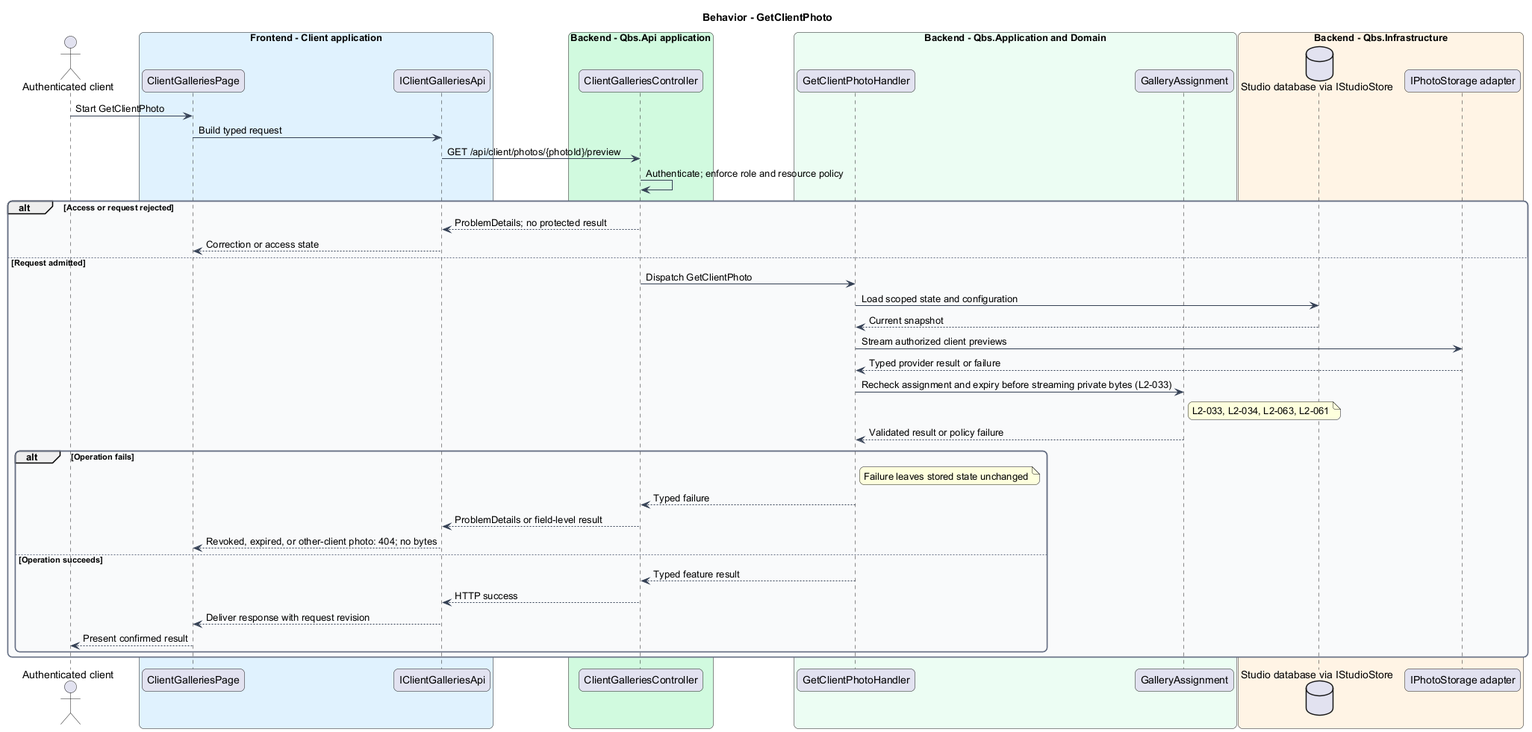
Earlier version of the PlantUML export docs/detailed-designs/client-access/assign-and-view-session-galleries/diagrams/sequence-get-client-photo.png (QuinntyneBrown/quinntyne-brown-studio).
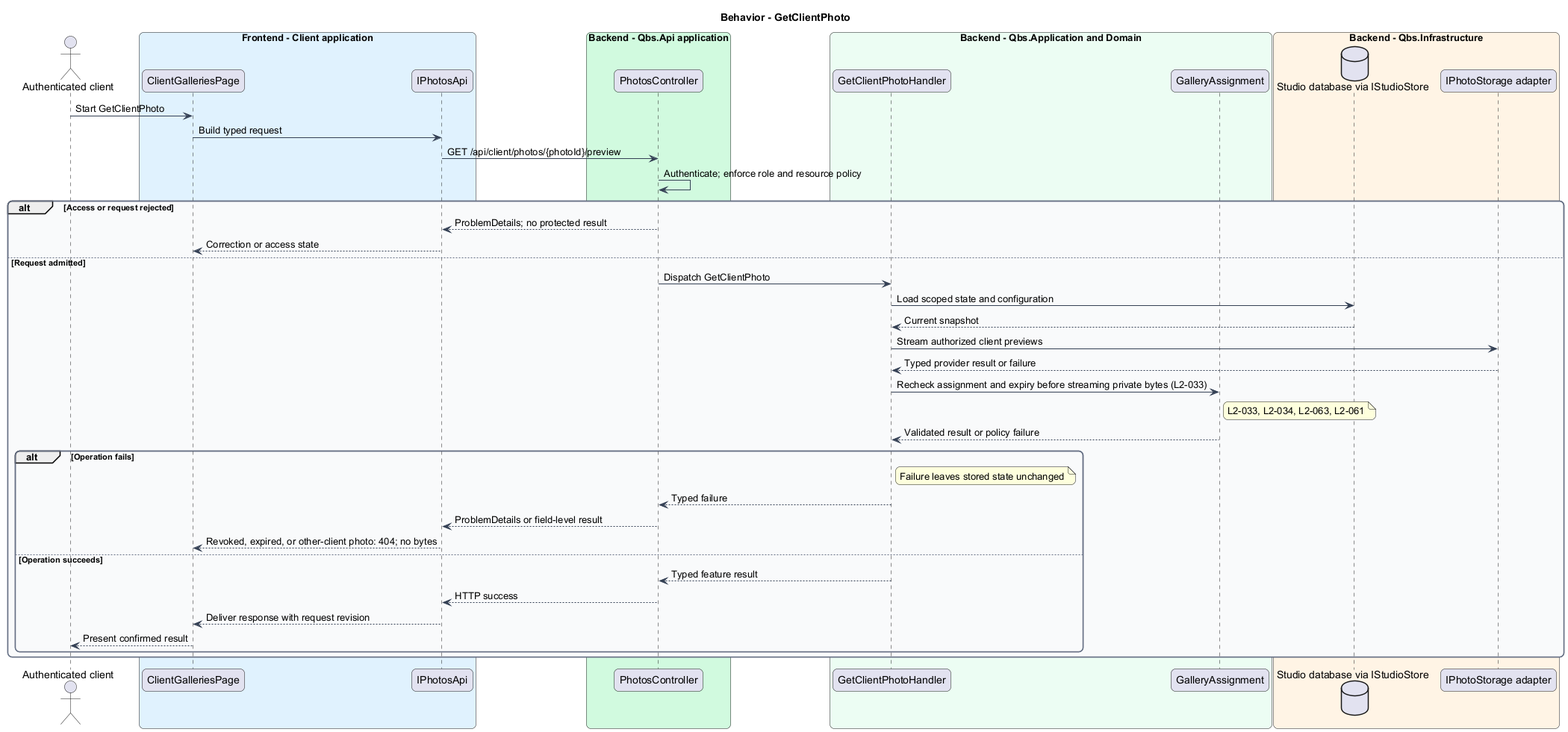
The same file after the commit.

Diff of the diagram source:
```diff
@@ -17,10 +17,10 @@
 actor "Authenticated client" as actor
 box "Frontend - Client application" #E0F2FE
  participant "ClientGalleriesPage" as page
- participant "IClientGalleriesApi" as client
+ participant "IPhotosApi" as client
 end box
 box "Backend - Qbs.Api application" #D1FADF
- participant "ClientGalleriesController" as controller
+ participant "PhotosController" as controller
 end box
 box "Backend - Qbs.Application and Domain" #ECFDF3
  participant "GetClientPhotoHandler" as handler
```
